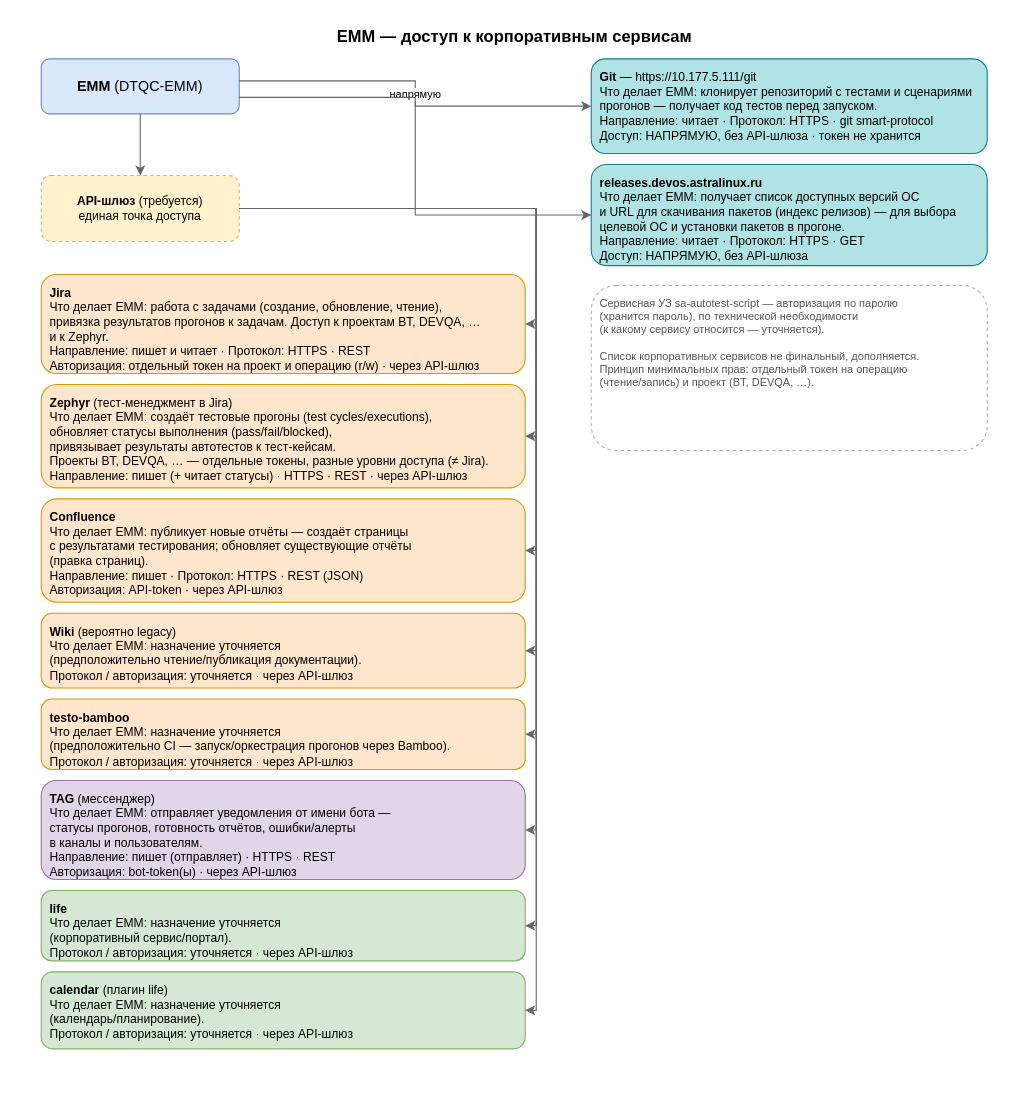
N2OCaKeS/stress_test keeps this draw.io diagram as dbos_server_service/diagrams/external-integrations.drawio. Above is the earlier version. Source tidied: cells renumbered, new cells numbered last; positions are measured from the earlier drawing's top-left corner, leaving out a move shared by most shapes. Both pictures are drawn from the tidied source at 110%, with x=0, y=0 at pixel (19, 19).
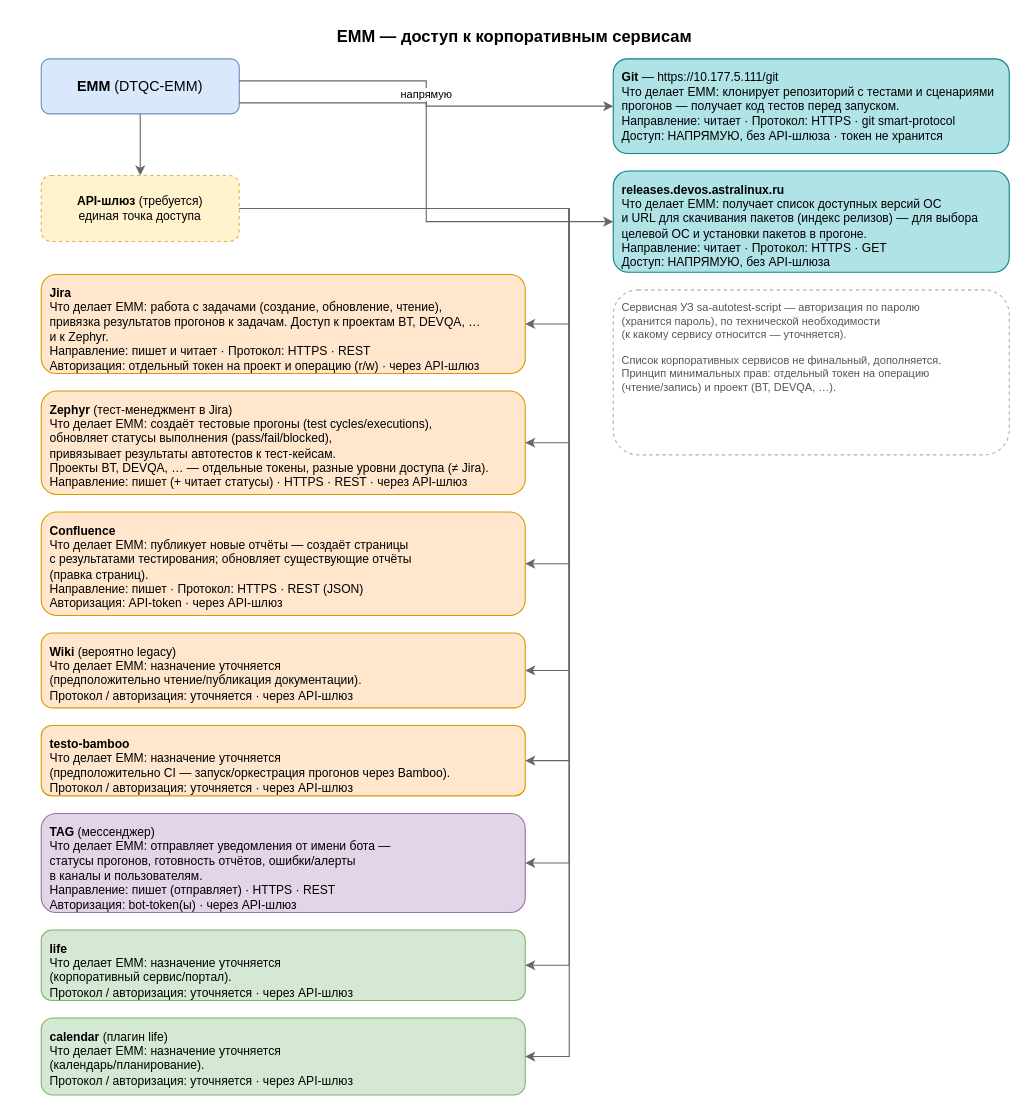
Above is the later version.

Commit message:
equal spacing and gateway arrow routing

Unchanged cells that the change refers to:
```xml
<mxCell id="3" value="&lt;b&gt;EMM&lt;/b&gt; (DTQC-EMM)" style="rounded=1;whiteSpace=wrap;html=1;fillColor=#dae8fc;strokeColor=#6c8ebf;fontSize=13;" parent="1" vertex="1">
  <mxGeometry x="20" y="36" width="180" height="50" as="geometry" />
</mxCell>
<mxCell id="4" value="&lt;b&gt;API-шлюз&lt;/b&gt; (требуется)&lt;br&gt;единая точка доступа" style="rounded=1;whiteSpace=wrap;html=1;fillColor=#fff2cc;strokeColor=#d6b656;dashed=1;fontSize=11;" parent="1" vertex="1">
  <mxGeometry x="20" y="142" width="180" height="60" as="geometry" />
</mxCell>
<mxCell id="8" value="&lt;b&gt;Jira&lt;/b&gt;&lt;br&gt;Что делает EMM: работа с задачами (создание, обновление, чтение),&lt;br&gt;привязка результатов прогонов к задачам. Доступ к проектам BT, DEVQA, …&lt;br&gt;и к Zephyr.&lt;br&gt;Направление: пишет и читает · Протокол: HTTPS · REST&lt;br&gt;Авторизация: отдельный токен на проект и операцию (r/w) · через API-шлюз" style="rounded=1;whiteSpace=wrap;html=1;fillColor=#ffe6cc;strokeColor=#d79b00;align=left;verticalAlign=top;spacingLeft=6;spacingTop=4;fontSize=11;" parent="1" vertex="1">
  <mxGeometry x="20" y="232" width="440" height="90" as="geometry" />
</mxCell>
```

Change to the diagram source:
```diff
@@
     <mxCell id="5" value="&lt;b&gt;Git&lt;/b&gt; — https://10.177.5.111/git&lt;br&gt;Что делает EMM: клонирует репозиторий с тестами и сценариями&lt;br&gt;прогонов — получает код тестов перед запуском.&lt;br&gt;Направление: читает · Протокол: HTTPS · git smart-protocol&lt;br&gt;Доступ: НАПРЯМУЮ, без API-шлюза · токен не хранится" style="rounded=1;whiteSpace=wrap;html=1;fillColor=#b0e3e6;strokeColor=#0e8088;align=left;verticalAlign=top;spacingLeft=6;spacingTop=4;fontSize=11;" parent="1" vertex="1">
-      <mxGeometry x="520" y="36" width="360" height="86" as="geometry" />
+      <mxGeometry x="540" y="36" width="360" height="86" as="geometry" />
     </mxCell>
     <mxCell id="6" value="&lt;b&gt;releases.devos.astralinux.ru&lt;/b&gt;&lt;br&gt;Что делает EMM: получает список доступных версий ОС&lt;br&gt;и URL для скачивания пакетов (индекс релизов) — для выбора&lt;br&gt;целевой ОС и установки пакетов в прогоне.&lt;br&gt;Направление: читает · Протокол: HTTPS · GET&lt;br&gt;Доступ: НАПРЯМУЮ, без API-шлюза" style="rounded=1;whiteSpace=wrap;html=1;fillColor=#b0e3e6;strokeColor=#0e8088;align=left;verticalAlign=top;spacingLeft=6;spacingTop=4;fontSize=11;" parent="1" vertex="1">
-      <mxGeometry x="520" y="132" width="360" height="92" as="geometry" />
+      <mxGeometry x="540" y="138" width="360" height="92" as="geometry" />
     </mxCell>
     <mxCell id="7" value="Сервисная УЗ sa-autotest-script — авторизация по паролю&lt;br&gt;(хранится пароль), по технической необходимости&lt;br&gt;(к какому сервису относится — уточняется).&lt;br&gt;&lt;br&gt;Список корпоративных сервисов не финальный, дополняется.&lt;br&gt;Принцип минимальных прав: отдельный токен на операцию&lt;br&gt;(чтение/запись) и проект (BT, DEVQA, …)." style="rounded=1;whiteSpace=wrap;html=1;fillColor=none;strokeColor=#b0b0b0;dashed=1;align=left;verticalAlign=top;spacingLeft=6;spacingTop=4;fontSize=10;fontColor=#555555;" parent="1" vertex="1">
-      <mxGeometry x="520" y="242" width="360" height="150" as="geometry" />
+      <mxGeometry x="540" y="246" width="360" height="150" as="geometry" />
     </mxCell>
@@
     <mxCell id="9" value="&lt;b&gt;Zephyr&lt;/b&gt; (тест-менеджмент в Jira)&lt;br&gt;Что делает EMM: создаёт тестовые прогоны (test cycles/executions),&lt;br&gt;обновляет статусы выполнения (pass/fail/blocked),&lt;br&gt;привязывает результаты автотестов к тест-кейсам.&lt;br&gt;Проекты BT, DEVQA, … — отдельные токены, разные уровни доступа (≠ Jira).&lt;br&gt;Направление: пишет (+ читает статусы) · HTTPS · REST · через API-шлюз" style="rounded=1;whiteSpace=wrap;html=1;fillColor=#ffe6cc;strokeColor=#d79b00;align=left;verticalAlign=top;spacingLeft=6;spacingTop=4;fontSize=11;" parent="1" vertex="1">
-      <mxGeometry x="20" y="332" width="440" height="94" as="geometry" />
+      <mxGeometry x="20" y="338" width="440" height="94" as="geometry" />
     </mxCell>
     <mxCell id="10" value="&lt;b&gt;Confluence&lt;/b&gt;&lt;br&gt;Что делает EMM: публикует новые отчёты — создаёт страницы&lt;br&gt;с результатами тестирования; обновляет существующие отчёты&lt;br&gt;(правка страниц).&lt;br&gt;Направление: пишет · Протокол: HTTPS · REST (JSON)&lt;br&gt;Авторизация: API-token · через API-шлюз" style="rounded=1;whiteSpace=wrap;html=1;fillColor=#ffe6cc;strokeColor=#d79b00;align=left;verticalAlign=top;spacingLeft=6;spacingTop=4;fontSize=11;" parent="1" vertex="1">
-      <mxGeometry x="20" y="436" width="440" height="94" as="geometry" />
+      <mxGeometry x="20" y="448" width="440" height="94" as="geometry" />
     </mxCell>
     <mxCell id="11" value="&lt;b&gt;Wiki&lt;/b&gt; (вероятно legacy)&lt;br&gt;Что делает EMM: назначение уточняется&lt;br&gt;(предположительно чтение/публикация документации).&lt;br&gt;Протокол / авторизация: уточняется · через API-шлюз" style="rounded=1;whiteSpace=wrap;html=1;fillColor=#ffe6cc;strokeColor=#d79b00;align=left;verticalAlign=top;spacingLeft=6;spacingTop=4;fontSize=11;" parent="1" vertex="1">
-      <mxGeometry x="20" y="540" width="440" height="68" as="geometry" />
+      <mxGeometry x="20" y="558" width="440" height="68" as="geometry" />
     </mxCell>
     <mxCell id="12" value="&lt;b&gt;testo-bamboo&lt;/b&gt;&lt;br&gt;Что делает EMM: назначение уточняется&lt;br&gt;(предположительно CI — запуск/оркестрация прогонов через Bamboo).&lt;br&gt;Протокол / авторизация: уточняется · через API-шлюз" style="rounded=1;whiteSpace=wrap;html=1;fillColor=#ffe6cc;strokeColor=#d79b00;align=left;verticalAlign=top;spacingLeft=6;spacingTop=4;fontSize=11;" parent="1" vertex="1">
-      <mxGeometry x="20" y="618" width="440" height="64" as="geometry" />
+      <mxGeometry x="20" y="642" width="440" height="64" as="geometry" />
     </mxCell>
     <mxCell id="13" value="&lt;b&gt;TAG&lt;/b&gt; (мессенджер)&lt;br&gt;Что делает EMM: отправляет уведомления от имени бота —&lt;br&gt;статусы прогонов, готовность отчётов, ошибки/алерты&lt;br&gt;в каналы и пользователям.&lt;br&gt;Направление: пишет (отправляет) · HTTPS · REST&lt;br&gt;Авторизация: bot-token(ы) · через API-шлюз" style="rounded=1;whiteSpace=wrap;html=1;fillColor=#e1d5e7;strokeColor=#9673a6;align=left;verticalAlign=top;spacingLeft=6;spacingTop=4;fontSize=11;" parent="1" vertex="1">
-      <mxGeometry x="20" y="692" width="440" height="90" as="geometry" />
+      <mxGeometry x="20" y="722" width="440" height="90" as="geometry" />
     </mxCell>
     <mxCell id="14" value="&lt;b&gt;life&lt;/b&gt;&lt;br&gt;Что делает EMM: назначение уточняется&lt;br&gt;(корпоративный сервис/портал).&lt;br&gt;Протокол / авторизация: уточняется · через API-шлюз" style="rounded=1;whiteSpace=wrap;html=1;fillColor=#d5e8d4;strokeColor=#82b366;align=left;verticalAlign=top;spacingLeft=6;spacingTop=4;fontSize=11;" parent="1" vertex="1">
-      <mxGeometry x="20" y="792" width="440" height="64" as="geometry" />
+      <mxGeometry x="20" y="828" width="440" height="64" as="geometry" />
     </mxCell>
     <mxCell id="15" value="&lt;b&gt;calendar&lt;/b&gt; (плагин life)&lt;br&gt;Что делает EMM: назначение уточняется&lt;br&gt;(календарь/планирование).&lt;br&gt;Протокол / авторизация: уточняется · через API-шлюз" style="rounded=1;whiteSpace=wrap;html=1;fillColor=#d5e8d4;strokeColor=#82b366;align=left;verticalAlign=top;spacingLeft=6;spacingTop=4;fontSize=11;" parent="1" vertex="1">
-      <mxGeometry x="20" y="866" width="440" height="70" as="geometry" />
+      <mxGeometry x="20" y="908" width="440" height="70" as="geometry" />
     </mxCell>
@@
-    <mxCell id="18" style="edgeStyle=orthogonalEdgeStyle;rounded=0;html=1;exitX=1;exitY=0.7;exitDx=0;exitDy=0;entryX=0;entryY=0.5;entryDx=0;entryDy=0;strokeColor=#666666;" parent="1" edge="1" source="3" target="6">
+    <mxCell id="18" style="edgeStyle=orthogonalEdgeStyle;rounded=0;html=1;exitX=1;exitY=0.8;exitDx=0;exitDy=0;entryX=0;entryY=0.5;entryDx=0;entryDy=0;strokeColor=#666666;" parent="1" edge="1" source="3" target="6">
       <mxGeometry relative="1" as="geometry" />
     </mxCell>
     <mxCell id="19" style="edgeStyle=orthogonalEdgeStyle;rounded=0;html=1;exitX=1;exitY=0.5;exitDx=0;exitDy=0;entryX=1;entryY=0.5;entryDx=0;entryDy=0;strokeColor=#666666;" parent="1" edge="1" source="4" target="8">
-      <mxGeometry relative="1" as="geometry" />
+      <mxGeometry relative="1" as="geometry">
+        <Array as="points">
+          <mxPoint x="500" y="277" />
+        </Array>
+      </mxGeometry>
     </mxCell>
     <mxCell id="20" style="edgeStyle=orthogonalEdgeStyle;rounded=0;html=1;exitX=1;exitY=0.5;exitDx=0;exitDy=0;entryX=1;entryY=0.5;entryDx=0;entryDy=0;strokeColor=#666666;" parent="1" edge="1" source="4" target="9">
-      <mxGeometry relative="1" as="geometry" />
+      <mxGeometry relative="1" as="geometry">
+        <Array as="points">
+          <mxPoint x="500" y="385" />
+        </Array>
+      </mxGeometry>
     </mxCell>
     <mxCell id="21" style="edgeStyle=orthogonalEdgeStyle;rounded=0;html=1;exitX=1;exitY=0.5;exitDx=0;exitDy=0;entryX=1;entryY=0.5;entryDx=0;entryDy=0;strokeColor=#666666;" parent="1" edge="1" source="4" target="10">
-      <mxGeometry relative="1" as="geometry" />
+      <mxGeometry relative="1" as="geometry">
+        <Array as="points">
+          <mxPoint x="500" y="495" />
+        </Array>
+      </mxGeometry>
     </mxCell>
     <mxCell id="22" style="edgeStyle=orthogonalEdgeStyle;rounded=0;html=1;exitX=1;exitY=0.5;exitDx=0;exitDy=0;entryX=1;entryY=0.5;entryDx=0;entryDy=0;strokeColor=#666666;" parent="1" edge="1" source="4" target="11">
-      <mxGeometry relative="1" as="geometry" />
+      <mxGeometry relative="1" as="geometry">
+        <Array as="points">
+          <mxPoint x="500" y="592" />
+        </Array>
+      </mxGeometry>
     </mxCell>
     <mxCell id="23" style="edgeStyle=orthogonalEdgeStyle;rounded=0;html=1;exitX=1;exitY=0.5;exitDx=0;exitDy=0;entryX=1;entryY=0.5;entryDx=0;entryDy=0;strokeColor=#666666;" parent="1" edge="1" source="4" target="12">
-      <mxGeometry relative="1" as="geometry" />
+      <mxGeometry relative="1" as="geometry">
+        <Array as="points">
+          <mxPoint x="500" y="674" />
+        </Array>
+      </mxGeometry>
     </mxCell>
     <mxCell id="24" style="edgeStyle=orthogonalEdgeStyle;rounded=0;html=1;exitX=1;exitY=0.5;exitDx=0;exitDy=0;entryX=1;entryY=0.5;entryDx=0;entryDy=0;strokeColor=#666666;" parent="1" edge="1" source="4" target="13">
-      <mxGeometry relative="1" as="geometry" />
+      <mxGeometry relative="1" as="geometry">
+        <Array as="points">
+          <mxPoint x="500" y="767" />
+        </Array>
+      </mxGeometry>
     </mxCell>
     <mxCell id="25" style="edgeStyle=orthogonalEdgeStyle;rounded=0;html=1;exitX=1;exitY=0.5;exitDx=0;exitDy=0;entryX=1;entryY=0.5;entryDx=0;entryDy=0;strokeColor=#666666;" parent="1" edge="1" source="4" target="14">
-      <mxGeometry relative="1" as="geometry" />
+      <mxGeometry relative="1" as="geometry">
+        <Array as="points">
+          <mxPoint x="500" y="860" />
+        </Array>
+      </mxGeometry>
     </mxCell>
     <mxCell id="26" style="edgeStyle=orthogonalEdgeStyle;rounded=0;html=1;exitX=1;exitY=0.5;exitDx=0;exitDy=0;entryX=1;entryY=0.5;entryDx=0;entryDy=0;strokeColor=#666666;" parent="1" edge="1" source="4" target="15">
-      <mxGeometry relative="1" as="geometry" />
+      <mxGeometry relative="1" as="geometry">
+        <Array as="points">
+          <mxPoint x="500" y="943" />
+        </Array>
+      </mxGeometry>
     </mxCell>
```
